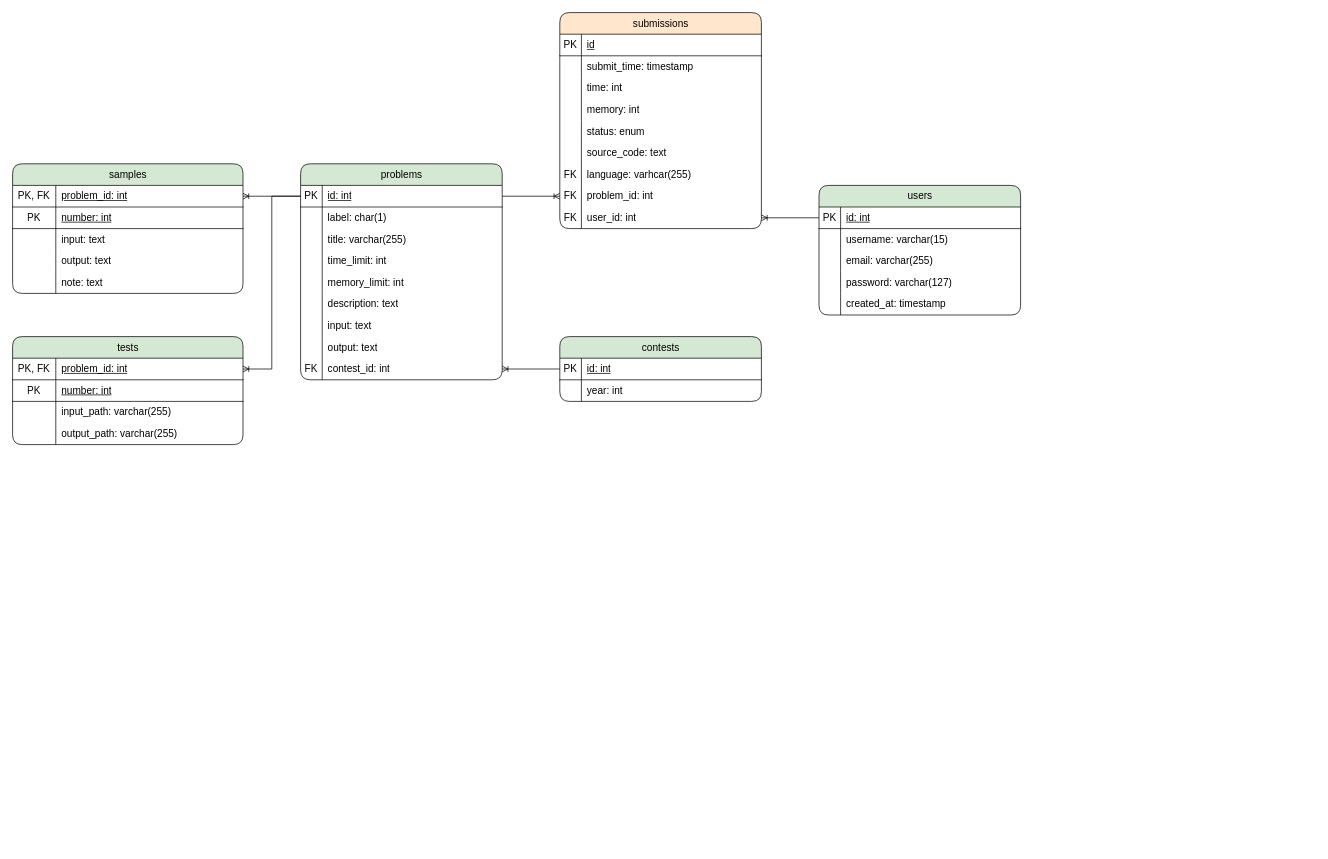
Before: docs/diagrams/erd.drawio in thisis-mahyar/icpc-archive, a draw.io diagram. Source tidied: cells renumbered, new cells numbered last; positions are measured from the earlier drawing's top-left corner, leaving out a move shared by most shapes. Both pictures are drawn from the tidied source at 72%, with x=0, y=0 at pixel (12, 12).
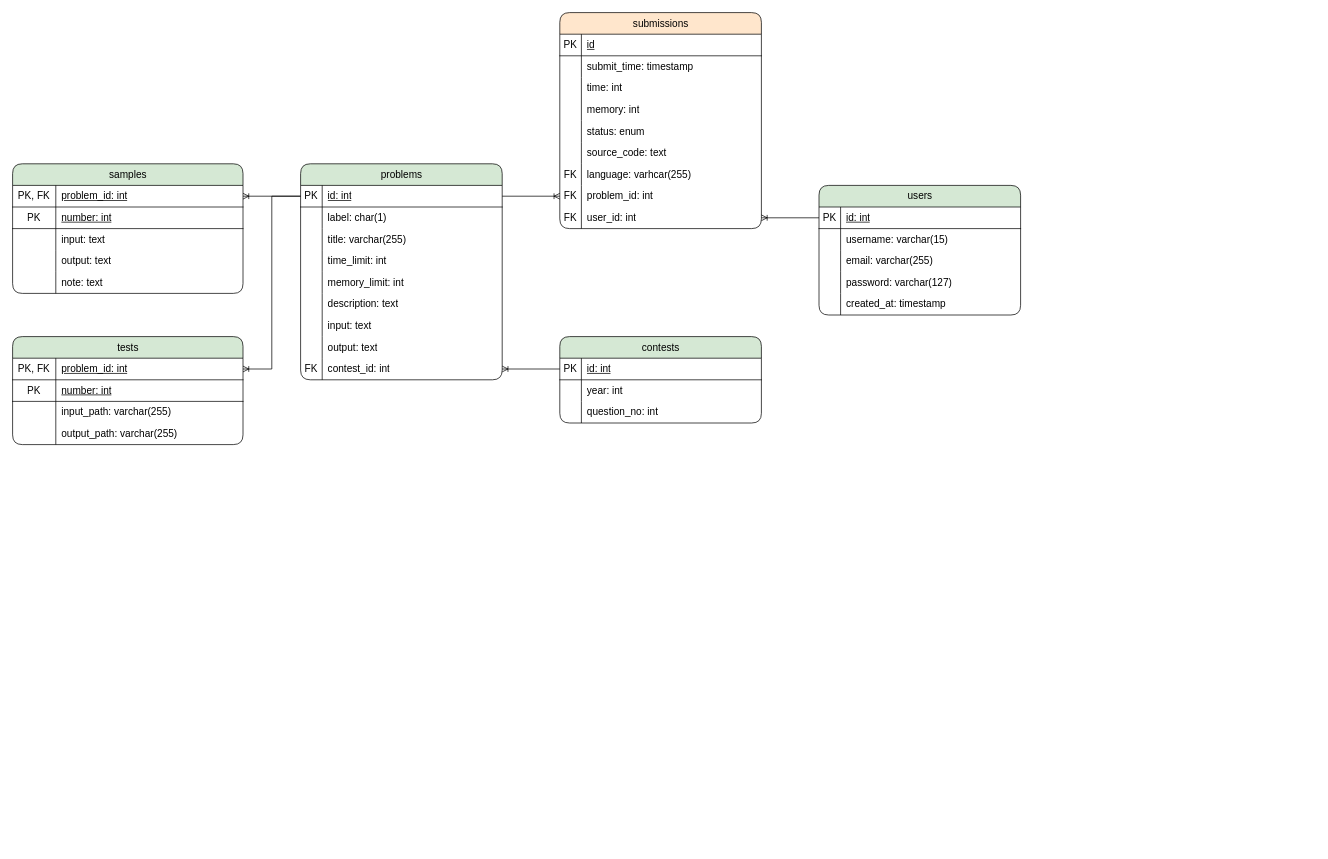
Above is the later version.

Unchanged cells that the change refers to:
```xml
<mxCell id="29" style="shape=tableRow;horizontal=0;startSize=0;swimlaneHead=0;swimlaneBody=0;fillColor=none;points=[[0,0.5],[1,0.5]];portConstraint=eastwest;top=0;left=0;right=0;bottom=0;fontSize=14;fontFamily=iran;verticalAlign=middle;fontStyle=0;" parent="4" vertex="1">
  <mxGeometry y="270" width="280" height="30" as="geometry" />
</mxCell>
<mxCell id="33" style="shape=tableRow;horizontal=0;startSize=0;swimlaneHead=0;swimlaneBody=0;fillColor=none;points=[[0,0.5],[1,0.5]];portConstraint=eastwest;top=0;left=0;right=0;bottom=1;fontSize=14;fontFamily=iran;verticalAlign=middle;fontStyle=0;" parent="32" vertex="1">
  <mxGeometry y="30" width="280" height="30" as="geometry" />
</mxCell>
```

The edit, as a diff of the source:
```diff
@@
     <mxCell id="32" value="contests" style="shape=table;startSize=30;childLayout=tableLayout;rowLines=0;fontStyle=0;align=center;html=1;fillColor=#d5e8d4;strokeColor=#000000;rounded=1;shadow=0;fontSize=14;fontFamily=iran;verticalAlign=middle;" parent="1" vertex="1">
-      <mxGeometry x="760" y="450" width="280" height="90" as="geometry" />
+      <mxGeometry x="760" y="450" width="280" height="120" as="geometry" />
     </mxCell>
@@
+    <mxCell id="117" style="shape=tableRow;horizontal=0;startSize=0;swimlaneHead=0;swimlaneBody=0;fillColor=none;top=0;left=0;right=0;bottom=0;fontSize=14;fontFamily=iran;verticalAlign=middle;fontStyle=0;" parent="32" vertex="1">
+      <mxGeometry y="90" width="280" height="30" as="geometry" />
+    </mxCell>
+    <mxCell id="118" style="shape=partialRectangle;fillColor=none;top=0;left=0;bottom=0;right=0;overflow=hidden;whiteSpace=wrap;html=1;fontSize=14;fontFamily=iran;verticalAlign=middle;fontStyle=0;" parent="117" vertex="1">
+      <mxGeometry width="30" height="30" as="geometry" />
+    </mxCell>
+    <mxCell id="119" value="question_no: int&amp;nbsp;" style="shape=partialRectangle;fillColor=none;top=0;left=0;bottom=0;right=0;align=left;spacingLeft=6;overflow=hidden;whiteSpace=wrap;html=1;fontSize=14;fontFamily=iran;verticalAlign=middle;fontStyle=0;" parent="117" vertex="1">
+      <mxGeometry x="30" width="250" height="30" as="geometry" />
+    </mxCell>
@@
-    <mxCell id="100" style="edgeStyle=orthogonalEdgeStyle;fontSize=12;html=1;endArrow=ERoneToMany;rounded=0;" parent="1" edge="1" source="32" target="29">
+    <mxCell id="100" style="edgeStyle=orthogonalEdgeStyle;fontSize=12;html=1;endArrow=ERoneToMany;rounded=0;" parent="1" edge="1" source="33" target="29">
       <mxGeometry relative="1" as="geometry" />
     </mxCell>
```
